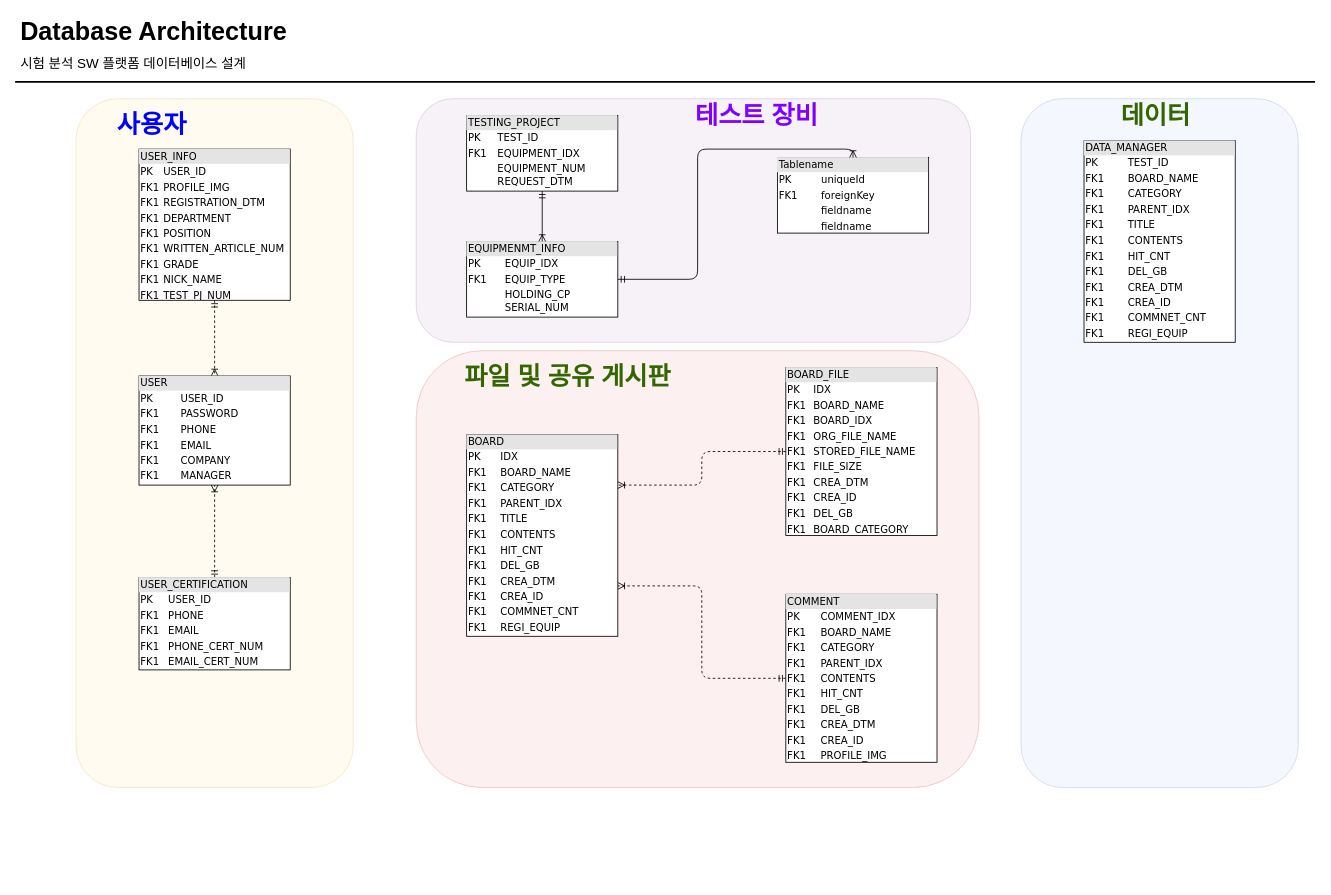
Before: DB_architecture.drawio in penzance-jshan/test, a draw.io diagram. Source tidied: cells renumbered, new cells numbered last; positions are measured from the earlier drawing's top-left corner, leaving out a move shared by most shapes. Both pictures are drawn from the tidied source at 84%, with x=0, y=0 at pixel (14, 14).
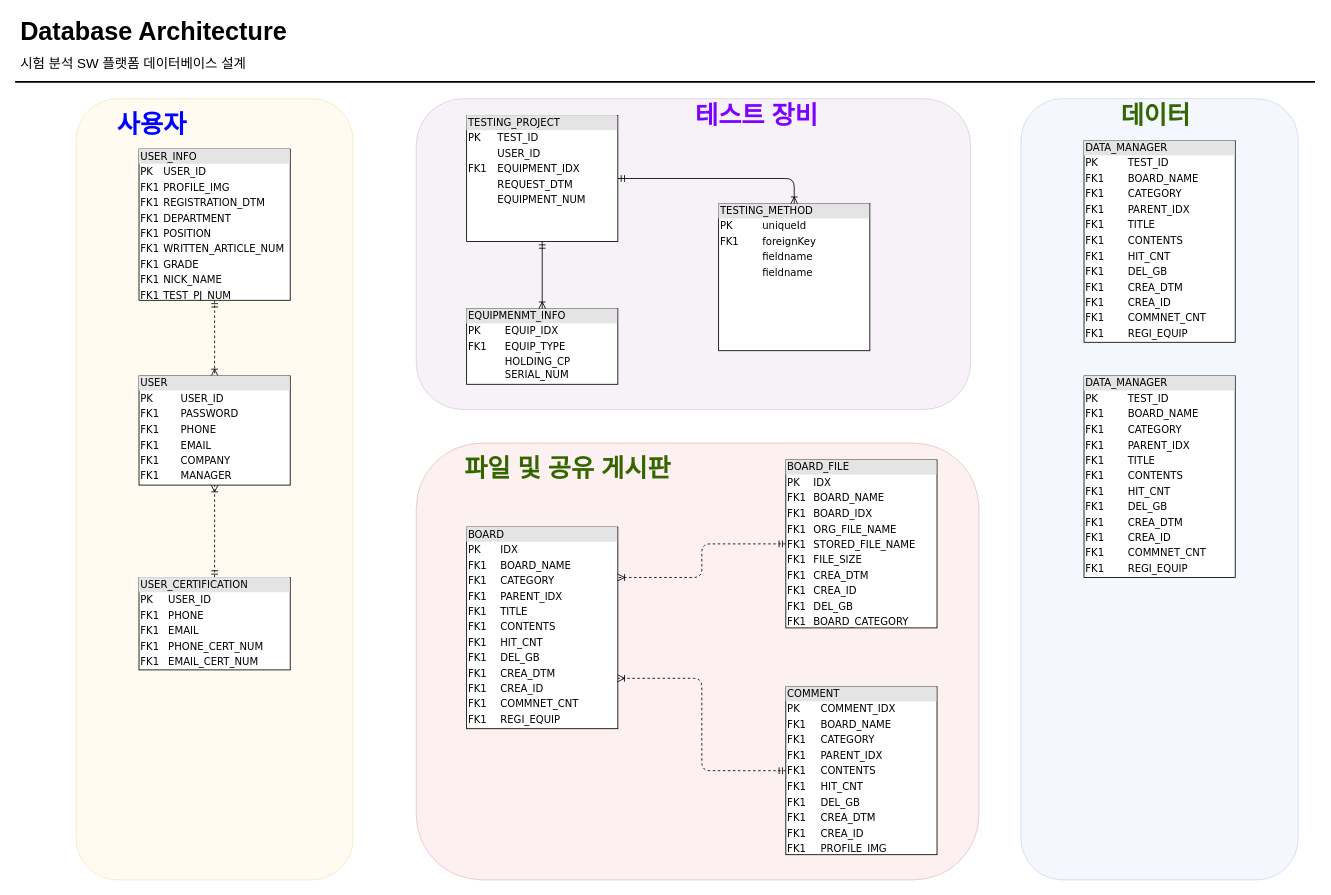
Above is the later version.

What changed in the source:
```diff
@@
     <mxCell id="2" style="rounded=1;whiteSpace=wrap;html=1;fillColor=#e1d5e7;strokeColor=#9673a6;opacity=30;" parent="1" vertex="1">
-      <mxGeometry x="478" y="100" width="660" height="290" as="geometry" />
+      <mxGeometry x="478" y="100" width="660" height="370" as="geometry" />
     </mxCell>
     <mxCell id="3" style="rounded=1;whiteSpace=wrap;html=1;fillColor=#f8cecc;strokeColor=#b85450;opacity=30;" parent="1" vertex="1">
-      <mxGeometry x="478" y="400" width="670" height="520" as="geometry" />
+      <mxGeometry x="478" y="510" width="670" height="520" as="geometry" />
     </mxCell>
     <mxCell id="4" style="rounded=1;whiteSpace=wrap;html=1;fillColor=#fff2cc;strokeColor=#d6b656;opacity=30;" parent="1" vertex="1">
-      <mxGeometry x="73" y="100" width="330" height="820" as="geometry" />
+      <mxGeometry x="73" y="100" width="330" height="930" as="geometry" />
     </mxCell>
-    <mxCell id="5" value="&lt;div style=&quot;box-sizing: border-box ; width: 100% ; background: #e4e4e4 ; padding: 2px&quot;&gt;TESTING_PROJECT&lt;/div&gt;&lt;table style=&quot;width: 100% ; font-size: 1em&quot; cellpadding=&quot;2&quot; cellspacing=&quot;0&quot;&gt;&lt;tbody&gt;&lt;tr&gt;&lt;td&gt;PK&lt;/td&gt;&lt;td&gt;TEST_ID&lt;/td&gt;&lt;/tr&gt;&lt;tr&gt;&lt;td&gt;FK1&lt;/td&gt;&lt;td&gt;EQUIPMENT_IDX&lt;/td&gt;&lt;/tr&gt;&lt;tr&gt;&lt;td&gt;&lt;/td&gt;&lt;td&gt;EQUIPMENT_NUM&lt;br&gt;REQUEST_DTM&lt;br&gt;&lt;/td&gt;&lt;/tr&gt;&lt;/tbody&gt;&lt;/table&gt;" style="verticalAlign=top;align=left;overflow=fill;html=1;rounded=0;shadow=0;comic=0;labelBackgroundColor=none;strokeWidth=1;fontFamily=Verdana;fontSize=12;" parent="1" vertex="1">
-      <mxGeometry x="538" y="120" width="180" height="90" as="geometry" />
+    <mxCell id="5" value="&lt;div style=&quot;box-sizing: border-box ; width: 100% ; background: #e4e4e4 ; padding: 2px&quot;&gt;TESTING_PROJECT&lt;/div&gt;&lt;table style=&quot;width: 100% ; font-size: 1em&quot; cellpadding=&quot;2&quot; cellspacing=&quot;0&quot;&gt;&lt;tbody&gt;&lt;tr&gt;&lt;td&gt;PK&lt;/td&gt;&lt;td&gt;TEST_ID&lt;/td&gt;&lt;/tr&gt;&lt;tr&gt;&lt;td&gt;&lt;br&gt;&lt;/td&gt;&lt;td&gt;USER_ID&lt;/td&gt;&lt;/tr&gt;&lt;tr&gt;&lt;td&gt;FK1&lt;/td&gt;&lt;td&gt;EQUIPMENT_IDX&lt;/td&gt;&lt;/tr&gt;&lt;tr&gt;&lt;td&gt;&lt;br&gt;&lt;/td&gt;&lt;td&gt;REQUEST_DTM&lt;br&gt;&lt;/td&gt;&lt;/tr&gt;&lt;tr&gt;&lt;td&gt;&lt;/td&gt;&lt;td&gt;EQUIPMENT_NUM&lt;br&gt;&lt;br&gt;&lt;/td&gt;&lt;/tr&gt;&lt;/tbody&gt;&lt;/table&gt;" style="verticalAlign=top;align=left;overflow=fill;html=1;rounded=0;shadow=0;comic=0;labelBackgroundColor=none;strokeWidth=1;fontFamily=Verdana;fontSize=12;" parent="1" vertex="1">
+      <mxGeometry x="538" y="120" width="180" height="150" as="geometry" />
     </mxCell>
@@
-    <mxCell id="9" value="&lt;div style=&quot;box-sizing: border-box ; width: 100% ; background: #e4e4e4 ; padding: 2px&quot;&gt;Tablename&lt;/div&gt;&lt;table style=&quot;width: 100% ; font-size: 1em&quot; cellpadding=&quot;2&quot; cellspacing=&quot;0&quot;&gt;&lt;tbody&gt;&lt;tr&gt;&lt;td&gt;PK&lt;/td&gt;&lt;td&gt;uniqueId&lt;/td&gt;&lt;/tr&gt;&lt;tr&gt;&lt;td&gt;FK1&lt;/td&gt;&lt;td&gt;foreignKey&lt;/td&gt;&lt;/tr&gt;&lt;tr&gt;&lt;td&gt;&lt;/td&gt;&lt;td&gt;fieldname&lt;/td&gt;&lt;/tr&gt;&lt;tr&gt;&lt;td&gt;&lt;br&gt;&lt;/td&gt;&lt;td&gt;fieldname&lt;br&gt;&lt;/td&gt;&lt;/tr&gt;&lt;/tbody&gt;&lt;/table&gt;" style="verticalAlign=top;align=left;overflow=fill;html=1;rounded=0;shadow=0;comic=0;labelBackgroundColor=none;strokeWidth=1;fontFamily=Verdana;fontSize=12;" parent="1" vertex="1">
-      <mxGeometry x="908" y="170" width="180" height="90" as="geometry" />
+    <mxCell id="9" value="&lt;div style=&quot;box-sizing: border-box ; width: 100% ; background: #e4e4e4 ; padding: 2px&quot;&gt;TESTING_METHOD&lt;/div&gt;&lt;table style=&quot;width: 100% ; font-size: 1em&quot; cellpadding=&quot;2&quot; cellspacing=&quot;0&quot;&gt;&lt;tbody&gt;&lt;tr&gt;&lt;td&gt;PK&lt;/td&gt;&lt;td&gt;uniqueId&lt;/td&gt;&lt;/tr&gt;&lt;tr&gt;&lt;td&gt;FK1&lt;/td&gt;&lt;td&gt;foreignKey&lt;/td&gt;&lt;/tr&gt;&lt;tr&gt;&lt;td&gt;&lt;/td&gt;&lt;td&gt;fieldname&lt;/td&gt;&lt;/tr&gt;&lt;tr&gt;&lt;td&gt;&lt;br&gt;&lt;/td&gt;&lt;td&gt;fieldname&lt;br&gt;&lt;/td&gt;&lt;/tr&gt;&lt;/tbody&gt;&lt;/table&gt;" style="verticalAlign=top;align=left;overflow=fill;html=1;rounded=0;shadow=0;comic=0;labelBackgroundColor=none;strokeWidth=1;fontFamily=Verdana;fontSize=12;" parent="1" vertex="1">
+      <mxGeometry x="838" y="225" width="180" height="175" as="geometry" />
     </mxCell>
-    <mxCell id="10" style="edgeStyle=orthogonalEdgeStyle;html=1;entryX=0.5;entryY=0;labelBackgroundColor=none;startArrow=ERmandOne;endArrow=ERoneToMany;fontFamily=Verdana;fontSize=12;align=left;" parent="1" edge="1" source="11" target="9">
+    <mxCell id="10" style="edgeStyle=orthogonalEdgeStyle;html=1;entryX=0.5;entryY=0;labelBackgroundColor=none;startArrow=ERmandOne;endArrow=ERoneToMany;fontFamily=Verdana;fontSize=12;align=left;exitX=1;exitY=0.5;exitDx=0;exitDy=0;" parent="1" edge="1" source="5" target="9">
       <mxGeometry relative="1" as="geometry" />
     </mxCell>
     <mxCell id="11" value="&lt;div style=&quot;box-sizing: border-box ; width: 100% ; background: #e4e4e4 ; padding: 2px&quot;&gt;EQUIPMENMT_INFO&lt;/div&gt;&lt;table style=&quot;width: 100% ; font-size: 1em&quot; cellpadding=&quot;2&quot; cellspacing=&quot;0&quot;&gt;&lt;tbody&gt;&lt;tr&gt;&lt;td&gt;PK&lt;/td&gt;&lt;td&gt;EQUIP_IDX&lt;/td&gt;&lt;/tr&gt;&lt;tr&gt;&lt;td&gt;FK1&lt;/td&gt;&lt;td&gt;EQUIP_TYPE&lt;/td&gt;&lt;/tr&gt;&lt;tr&gt;&lt;td&gt;&lt;/td&gt;&lt;td&gt;HOLDING_CP&lt;br&gt;SERIAL_NUM&lt;/td&gt;&lt;/tr&gt;&lt;/tbody&gt;&lt;/table&gt;" style="verticalAlign=top;align=left;overflow=fill;html=1;rounded=0;shadow=0;comic=0;labelBackgroundColor=none;strokeWidth=1;fontFamily=Verdana;fontSize=12;" parent="1" vertex="1">
-      <mxGeometry x="538" y="270" width="180" height="90" as="geometry" />
+      <mxGeometry x="538" y="350" width="180" height="90" as="geometry" />
     </mxCell>
@@
     <mxCell id="13" value="&lt;div style=&quot;box-sizing: border-box ; width: 100% ; background: #e4e4e4 ; padding: 2px&quot;&gt;BOARD&lt;/div&gt;&lt;table style=&quot;width: 100% ; font-size: 1em&quot; cellpadding=&quot;2&quot; cellspacing=&quot;0&quot;&gt;&lt;tbody&gt;&lt;tr&gt;&lt;td&gt;PK&lt;/td&gt;&lt;td&gt;IDX&lt;/td&gt;&lt;/tr&gt;&lt;tr&gt;&lt;td&gt;FK1&lt;/td&gt;&lt;td&gt;BOARD_NAME&lt;/td&gt;&lt;/tr&gt;&lt;tr&gt;&lt;td&gt;FK1&lt;/td&gt;&lt;td&gt;CATEGORY&lt;/td&gt;&lt;/tr&gt;&lt;tr&gt;&lt;td&gt;FK1&lt;br&gt;&lt;/td&gt;&lt;td&gt;PARENT_IDX&lt;br&gt;&lt;/td&gt;&lt;/tr&gt;&lt;tr&gt;&lt;td&gt;FK1&lt;br&gt;&lt;/td&gt;&lt;td&gt;TITLE&lt;br&gt;&lt;/td&gt;&lt;/tr&gt;&lt;tr&gt;&lt;td&gt;FK1&lt;br&gt;&lt;/td&gt;&lt;td&gt;CONTENTS&lt;br&gt;&lt;/td&gt;&lt;/tr&gt;&lt;tr&gt;&lt;td&gt;FK1&lt;br&gt;&lt;/td&gt;&lt;td&gt;HIT_CNT&lt;br&gt;&lt;/td&gt;&lt;/tr&gt;&lt;tr&gt;&lt;td&gt;FK1&lt;br&gt;&lt;/td&gt;&lt;td&gt;DEL_GB&lt;/td&gt;&lt;/tr&gt;&lt;tr&gt;&lt;td&gt;FK1&lt;br&gt;&lt;/td&gt;&lt;td&gt;CREA_DTM&lt;br&gt;&lt;/td&gt;&lt;/tr&gt;&lt;tr&gt;&lt;td&gt;FK1&lt;br&gt;&lt;/td&gt;&lt;td&gt;CREA_ID&lt;br&gt;&lt;/td&gt;&lt;/tr&gt;&lt;tr&gt;&lt;td&gt;FK1&lt;br&gt;&lt;/td&gt;&lt;td&gt;COMMNET_CNT&lt;br&gt;&lt;/td&gt;&lt;/tr&gt;&lt;tr&gt;&lt;td&gt;FK1&lt;br&gt;&lt;/td&gt;&lt;td&gt;REGI_EQUIP&lt;br&gt;&lt;/td&gt;&lt;/tr&gt;&lt;/tbody&gt;&lt;/table&gt;" style="verticalAlign=top;align=left;overflow=fill;html=1;rounded=0;shadow=0;comic=0;labelBackgroundColor=none;strokeWidth=1;fontFamily=Verdana;fontSize=12;" parent="1" vertex="1">
-      <mxGeometry x="538" y="500" width="180" height="240" as="geometry" />
+      <mxGeometry x="538" y="610" width="180" height="240" as="geometry" />
     </mxCell>
@@
     <mxCell id="19" value="&lt;div style=&quot;box-sizing: border-box ; width: 100% ; background: #e4e4e4 ; padding: 2px&quot;&gt;BOARD_FILE&lt;/div&gt;&lt;table style=&quot;width: 100% ; font-size: 1em&quot; cellpadding=&quot;2&quot; cellspacing=&quot;0&quot;&gt;&lt;tbody&gt;&lt;tr&gt;&lt;td&gt;PK&lt;/td&gt;&lt;td&gt;IDX&lt;/td&gt;&lt;/tr&gt;&lt;tr&gt;&lt;td&gt;FK1&lt;/td&gt;&lt;td&gt;BOARD_NAME&lt;/td&gt;&lt;/tr&gt;&lt;tr&gt;&lt;td&gt;FK1&lt;/td&gt;&lt;td&gt;BOARD_IDX&lt;/td&gt;&lt;/tr&gt;&lt;tr&gt;&lt;td&gt;FK1&lt;br&gt;&lt;/td&gt;&lt;td&gt;ORG_FILE_NAME&lt;br&gt;&lt;/td&gt;&lt;/tr&gt;&lt;tr&gt;&lt;td&gt;FK1&lt;br&gt;&lt;/td&gt;&lt;td&gt;STORED_FILE_NAME&lt;br&gt;&lt;/td&gt;&lt;/tr&gt;&lt;tr&gt;&lt;td&gt;FK1&lt;br&gt;&lt;/td&gt;&lt;td&gt;FILE_SIZE&lt;br&gt;&lt;/td&gt;&lt;/tr&gt;&lt;tr&gt;&lt;td&gt;FK1&lt;br&gt;&lt;/td&gt;&lt;td&gt;CREA_DTM&lt;br&gt;&lt;/td&gt;&lt;/tr&gt;&lt;tr&gt;&lt;td&gt;FK1&lt;br&gt;&lt;/td&gt;&lt;td&gt;CREA_ID&lt;/td&gt;&lt;/tr&gt;&lt;tr&gt;&lt;td&gt;FK1&lt;br&gt;&lt;/td&gt;&lt;td&gt;DEL_GB&lt;br&gt;&lt;/td&gt;&lt;/tr&gt;&lt;tr&gt;&lt;td&gt;FK1&lt;br&gt;&lt;/td&gt;&lt;td&gt;BOARD_CATEGORY&lt;/td&gt;&lt;/tr&gt;&lt;/tbody&gt;&lt;/table&gt;" style="verticalAlign=top;align=left;overflow=fill;html=1;rounded=0;shadow=0;comic=0;labelBackgroundColor=none;strokeWidth=1;fontFamily=Verdana;fontSize=12;" parent="1" vertex="1">
-      <mxGeometry x="918" y="420" width="180" height="200" as="geometry" />
+      <mxGeometry x="918" y="530" width="180" height="200" as="geometry" />
     </mxCell>
     <mxCell id="20" value="&lt;div style=&quot;box-sizing: border-box ; width: 100% ; background: #e4e4e4 ; padding: 2px&quot;&gt;COMMENT&lt;/div&gt;&lt;table style=&quot;width: 100% ; font-size: 1em&quot; cellpadding=&quot;2&quot; cellspacing=&quot;0&quot;&gt;&lt;tbody&gt;&lt;tr&gt;&lt;td&gt;PK&lt;/td&gt;&lt;td&gt;COMMENT_IDX&lt;/td&gt;&lt;/tr&gt;&lt;tr&gt;&lt;td&gt;FK1&lt;/td&gt;&lt;td&gt;BOARD_NAME&lt;/td&gt;&lt;/tr&gt;&lt;tr&gt;&lt;td&gt;FK1&lt;/td&gt;&lt;td&gt;CATEGORY&lt;/td&gt;&lt;/tr&gt;&lt;tr&gt;&lt;td&gt;FK1&lt;br&gt;&lt;/td&gt;&lt;td&gt;PARENT_IDX&lt;br&gt;&lt;/td&gt;&lt;/tr&gt;&lt;tr&gt;&lt;td&gt;FK1&lt;br&gt;&lt;/td&gt;&lt;td&gt;CONTENTS&lt;/td&gt;&lt;/tr&gt;&lt;tr&gt;&lt;td&gt;FK1&lt;br&gt;&lt;/td&gt;&lt;td&gt;HIT_CNT&lt;br&gt;&lt;/td&gt;&lt;/tr&gt;&lt;tr&gt;&lt;td&gt;FK1&lt;br&gt;&lt;/td&gt;&lt;td&gt;DEL_GB&lt;br&gt;&lt;/td&gt;&lt;/tr&gt;&lt;tr&gt;&lt;td&gt;FK1&lt;br&gt;&lt;/td&gt;&lt;td&gt;CREA_DTM&lt;/td&gt;&lt;/tr&gt;&lt;tr&gt;&lt;td&gt;FK1&lt;br&gt;&lt;/td&gt;&lt;td&gt;CREA_ID&lt;br&gt;&lt;/td&gt;&lt;/tr&gt;&lt;tr&gt;&lt;td&gt;FK1&lt;br&gt;&lt;/td&gt;&lt;td&gt;PROFILE_IMG&lt;/td&gt;&lt;/tr&gt;&lt;/tbody&gt;&lt;/table&gt;" style="verticalAlign=top;align=left;overflow=fill;html=1;rounded=0;shadow=0;comic=0;labelBackgroundColor=none;strokeWidth=1;fontFamily=Verdana;fontSize=12;" parent="1" vertex="1">
-      <mxGeometry x="918" y="690" width="180" height="200" as="geometry" />
+      <mxGeometry x="918" y="800" width="180" height="200" as="geometry" />
     </mxCell>
@@
     <mxCell id="25" value="파일 및 공유 게시판" style="text;html=1;align=center;verticalAlign=top;spacingTop=-4;fontSize=30;fontStyle=1;fontColor=#336600;" parent="1" vertex="1">
-      <mxGeometry x="518" y="410" width="280" height="40" as="geometry" />
+      <mxGeometry x="518" y="520" width="280" height="40" as="geometry" />
     </mxCell>
     <mxCell id="26" style="rounded=1;whiteSpace=wrap;html=1;fillColor=#dae8fc;strokeColor=#6c8ebf;opacity=30;" parent="1" vertex="1">
-      <mxGeometry x="1198" y="100" width="330" height="820" as="geometry" />
+      <mxGeometry x="1198" y="100" width="330" height="930" as="geometry" />
     </mxCell>
@@
+    <mxCell id="29" value="&lt;div style=&quot;box-sizing: border-box ; width: 100% ; background: #e4e4e4 ; padding: 2px&quot;&gt;DATA_MANAGER&lt;/div&gt;&lt;table style=&quot;width: 100% ; font-size: 1em&quot; cellpadding=&quot;2&quot; cellspacing=&quot;0&quot;&gt;&lt;tbody&gt;&lt;tr&gt;&lt;td&gt;PK&lt;/td&gt;&lt;td&gt;&lt;br&gt;&lt;/td&gt;&lt;td&gt;&lt;br&gt;&lt;/td&gt;&lt;td&gt;&lt;br&gt;&lt;/td&gt;&lt;td&gt;&lt;br&gt;&lt;/td&gt;&lt;td&gt;&lt;br&gt;&lt;/td&gt;&lt;td&gt;&lt;br&gt;&lt;/td&gt;&lt;td&gt;TEST_ID&lt;/td&gt;&lt;td&gt;&lt;br&gt;&lt;/td&gt;&lt;td&gt;&lt;br&gt;&lt;/td&gt;&lt;td&gt;&lt;br&gt;&lt;/td&gt;&lt;td&gt;&lt;br&gt;&lt;/td&gt;&lt;td&gt;&lt;br&gt;&lt;/td&gt;&lt;td&gt;&lt;br&gt;&lt;/td&gt;&lt;td&gt;&lt;br&gt;&lt;/td&gt;&lt;td&gt;&lt;br&gt;&lt;/td&gt;&lt;/tr&gt;&lt;tr&gt;&lt;td&gt;FK1&lt;/td&gt;&lt;td&gt;&lt;br&gt;&lt;/td&gt;&lt;td&gt;&lt;br&gt;&lt;/td&gt;&lt;td&gt;&lt;br&gt;&lt;/td&gt;&lt;td&gt;&lt;br&gt;&lt;/td&gt;&lt;td&gt;&lt;br&gt;&lt;/td&gt;&lt;td&gt;&lt;br&gt;&lt;/td&gt;&lt;td&gt;BOARD_NAME&lt;/td&gt;&lt;td&gt;&lt;/td&gt;&lt;td&gt;&lt;/td&gt;&lt;td&gt;&lt;/td&gt;&lt;td&gt;&lt;/td&gt;&lt;td&gt;&lt;/td&gt;&lt;td&gt;&lt;/td&gt;&lt;td&gt;&lt;/td&gt;&lt;td&gt;&lt;br&gt;&lt;/td&gt;&lt;/tr&gt;&lt;tr&gt;&lt;td&gt;FK1&lt;/td&gt;&lt;td&gt;&lt;br&gt;&lt;/td&gt;&lt;td&gt;&lt;br&gt;&lt;/td&gt;&lt;td&gt;&lt;br&gt;&lt;/td&gt;&lt;td&gt;&lt;br&gt;&lt;/td&gt;&lt;td&gt;&lt;br&gt;&lt;/td&gt;&lt;td&gt;&lt;br&gt;&lt;/td&gt;&lt;td&gt;CATEGORY&lt;/td&gt;&lt;td&gt;&lt;br&gt;&lt;/td&gt;&lt;td&gt;&lt;br&gt;&lt;/td&gt;&lt;td&gt;&lt;br&gt;&lt;/td&gt;&lt;td&gt;&lt;br&gt;&lt;/td&gt;&lt;td&gt;&lt;br&gt;&lt;/td&gt;&lt;td&gt;&lt;br&gt;&lt;/td&gt;&lt;td&gt;&lt;br&gt;&lt;/td&gt;&lt;td&gt;&lt;br&gt;&lt;/td&gt;&lt;/tr&gt;&lt;tr&gt;&lt;td&gt;FK1&lt;br&gt;&lt;/td&gt;&lt;td&gt;&lt;br&gt;&lt;/td&gt;&lt;td&gt;&lt;br&gt;&lt;/td&gt;&lt;td&gt;&lt;br&gt;&lt;/td&gt;&lt;td&gt;&lt;br&gt;&lt;/td&gt;&lt;td&gt;&lt;br&gt;&lt;/td&gt;&lt;td&gt;&lt;br&gt;&lt;/td&gt;&lt;td&gt;PARENT_IDX&lt;br&gt;&lt;/td&gt;&lt;td&gt;&lt;br&gt;&lt;/td&gt;&lt;td&gt;&lt;br&gt;&lt;/td&gt;&lt;td&gt;&lt;br&gt;&lt;/td&gt;&lt;td&gt;&lt;br&gt;&lt;/td&gt;&lt;td&gt;&lt;br&gt;&lt;/td&gt;&lt;td&gt;&lt;br&gt;&lt;/td&gt;&lt;td&gt;&lt;br&gt;&lt;/td&gt;&lt;td&gt;&lt;br&gt;&lt;/td&gt;&lt;/tr&gt;&lt;tr&gt;&lt;td&gt;FK1&lt;br&gt;&lt;/td&gt;&lt;td&gt;&lt;br&gt;&lt;/td&gt;&lt;td&gt;&lt;br&gt;&lt;/td&gt;&lt;td&gt;&lt;br&gt;&lt;/td&gt;&lt;td&gt;&lt;br&gt;&lt;/td&gt;&lt;td&gt;&lt;br&gt;&lt;/td&gt;&lt;td&gt;&lt;br&gt;&lt;/td&gt;&lt;td&gt;TITLE&lt;br&gt;&lt;/td&gt;&lt;td&gt;&lt;br&gt;&lt;/td&gt;&lt;td&gt;&lt;br&gt;&lt;/td&gt;&lt;td&gt;&lt;br&gt;&lt;/td&gt;&lt;td&gt;&lt;br&gt;&lt;/td&gt;&lt;td&gt;&lt;br&gt;&lt;/td&gt;&lt;td&gt;&lt;br&gt;&lt;/td&gt;&lt;td&gt;&lt;br&gt;&lt;/td&gt;&lt;td&gt;&lt;br&gt;&lt;/td&gt;&lt;/tr&gt;&lt;tr&gt;&lt;td&gt;FK1&lt;br&gt;&lt;/td&gt;&lt;td&gt;&lt;br&gt;&lt;/td&gt;&lt;td&gt;&lt;br&gt;&lt;/td&gt;&lt;td&gt;&lt;br&gt;&lt;/td&gt;&lt;td&gt;&lt;br&gt;&lt;/td&gt;&lt;td&gt;&lt;br&gt;&lt;/td&gt;&lt;td&gt;&lt;br&gt;&lt;/td&gt;&lt;td&gt;CONTENTS&lt;br&gt;&lt;/td&gt;&lt;td&gt;&lt;br&gt;&lt;/td&gt;&lt;td&gt;&lt;br&gt;&lt;/td&gt;&lt;td&gt;&lt;br&gt;&lt;/td&gt;&lt;td&gt;&lt;br&gt;&lt;/td&gt;&lt;td&gt;&lt;br&gt;&lt;/td&gt;&lt;td&gt;&lt;br&gt;&lt;/td&gt;&lt;td&gt;&lt;br&gt;&lt;/td&gt;&lt;td&gt;&lt;br&gt;&lt;/td&gt;&lt;/tr&gt;&lt;tr&gt;&lt;td&gt;FK1&lt;br&gt;&lt;/td&gt;&lt;td&gt;&lt;br&gt;&lt;/td&gt;&lt;td&gt;&lt;br&gt;&lt;/td&gt;&lt;td&gt;&lt;br&gt;&lt;/td&gt;&lt;td&gt;&lt;br&gt;&lt;/td&gt;&lt;td&gt;&lt;br&gt;&lt;/td&gt;&lt;td&gt;&lt;br&gt;&lt;/td&gt;&lt;td&gt;HIT_CNT&lt;br&gt;&lt;/td&gt;&lt;td&gt;&lt;br&gt;&lt;/td&gt;&lt;td&gt;&lt;br&gt;&lt;/td&gt;&lt;td&gt;&lt;br&gt;&lt;/td&gt;&lt;td&gt;&lt;br&gt;&lt;/td&gt;&lt;td&gt;&lt;br&gt;&lt;/td&gt;&lt;td&gt;&lt;br&gt;&lt;/td&gt;&lt;td&gt;&lt;br&gt;&lt;/td&gt;&lt;td&gt;&lt;br&gt;&lt;/td&gt;&lt;/tr&gt;&lt;tr&gt;&lt;td&gt;FK1&lt;br&gt;&lt;/td&gt;&lt;td&gt;&lt;br&gt;&lt;/td&gt;&lt;td&gt;&lt;br&gt;&lt;/td&gt;&lt;td&gt;&lt;br&gt;&lt;/td&gt;&lt;td&gt;&lt;br&gt;&lt;/td&gt;&lt;td&gt;&lt;br&gt;&lt;/td&gt;&lt;td&gt;&lt;br&gt;&lt;/td&gt;&lt;td&gt;DEL_GB&lt;/td&gt;&lt;td&gt;&lt;br&gt;&lt;/td&gt;&lt;td&gt;&lt;br&gt;&lt;/td&gt;&lt;td&gt;&lt;br&gt;&lt;/td&gt;&lt;td&gt;&lt;br&gt;&lt;/td&gt;&lt;td&gt;&lt;br&gt;&lt;/td&gt;&lt;td&gt;&lt;br&gt;&lt;/td&gt;&lt;td&gt;&lt;br&gt;&lt;/td&gt;&lt;td&gt;&lt;br&gt;&lt;/td&gt;&lt;/tr&gt;&lt;tr&gt;&lt;td&gt;FK1&lt;br&gt;&lt;/td&gt;&lt;td&gt;&lt;br&gt;&lt;/td&gt;&lt;td&gt;&lt;br&gt;&lt;/td&gt;&lt;td&gt;&lt;br&gt;&lt;/td&gt;&lt;td&gt;&lt;br&gt;&lt;/td&gt;&lt;td&gt;&lt;br&gt;&lt;/td&gt;&lt;td&gt;&lt;br&gt;&lt;/td&gt;&lt;td&gt;CREA_DTM&lt;br&gt;&lt;/td&gt;&lt;td&gt;&lt;br&gt;&lt;/td&gt;&lt;td&gt;&lt;br&gt;&lt;/td&gt;&lt;td&gt;&lt;br&gt;&lt;/td&gt;&lt;td&gt;&lt;br&gt;&lt;/td&gt;&lt;td&gt;&lt;br&gt;&lt;/td&gt;&lt;td&gt;&lt;br&gt;&lt;/td&gt;&lt;td&gt;&lt;br&gt;&lt;/td&gt;&lt;td&gt;&lt;br&gt;&lt;/td&gt;&lt;/tr&gt;&lt;tr&gt;&lt;td&gt;FK1&lt;br&gt;&lt;/td&gt;&lt;td&gt;&lt;br&gt;&lt;/td&gt;&lt;td&gt;&lt;br&gt;&lt;/td&gt;&lt;td&gt;&lt;br&gt;&lt;/td&gt;&lt;td&gt;&lt;br&gt;&lt;/td&gt;&lt;td&gt;&lt;br&gt;&lt;/td&gt;&lt;td&gt;&lt;br&gt;&lt;/td&gt;&lt;td&gt;CREA_ID&lt;br&gt;&lt;/td&gt;&lt;td&gt;&lt;br&gt;&lt;/td&gt;&lt;td&gt;&lt;br&gt;&lt;/td&gt;&lt;td&gt;&lt;br&gt;&lt;/td&gt;&lt;td&gt;&lt;br&gt;&lt;/td&gt;&lt;td&gt;&lt;br&gt;&lt;/td&gt;&lt;td&gt;&lt;br&gt;&lt;/td&gt;&lt;td&gt;&lt;br&gt;&lt;/td&gt;&lt;td&gt;&lt;br&gt;&lt;/td&gt;&lt;/tr&gt;&lt;tr&gt;&lt;td&gt;FK1&lt;br&gt;&lt;/td&gt;&lt;td&gt;&lt;br&gt;&lt;/td&gt;&lt;td&gt;&lt;br&gt;&lt;/td&gt;&lt;td&gt;&lt;br&gt;&lt;/td&gt;&lt;td&gt;&lt;br&gt;&lt;/td&gt;&lt;td&gt;&lt;br&gt;&lt;/td&gt;&lt;td&gt;&lt;br&gt;&lt;/td&gt;&lt;td&gt;COMMNET_CNT&lt;br&gt;&lt;/td&gt;&lt;td&gt;&lt;br&gt;&lt;/td&gt;&lt;td&gt;&lt;br&gt;&lt;/td&gt;&lt;td&gt;&lt;br&gt;&lt;/td&gt;&lt;td&gt;&lt;br&gt;&lt;/td&gt;&lt;td&gt;&lt;br&gt;&lt;/td&gt;&lt;td&gt;&lt;br&gt;&lt;/td&gt;&lt;td&gt;&lt;br&gt;&lt;/td&gt;&lt;td&gt;&lt;br&gt;&lt;/td&gt;&lt;/tr&gt;&lt;tr&gt;&lt;td&gt;FK1&lt;br&gt;&lt;/td&gt;&lt;td&gt;&lt;br&gt;&lt;/td&gt;&lt;td&gt;&lt;br&gt;&lt;/td&gt;&lt;td&gt;&lt;br&gt;&lt;/td&gt;&lt;td&gt;&lt;br&gt;&lt;/td&gt;&lt;td&gt;&lt;br&gt;&lt;/td&gt;&lt;td&gt;&lt;br&gt;&lt;/td&gt;&lt;td&gt;REGI_EQUIP&lt;br&gt;&lt;/td&gt;&lt;td&gt;&lt;br&gt;&lt;/td&gt;&lt;td&gt;&lt;br&gt;&lt;/td&gt;&lt;td&gt;&lt;br&gt;&lt;/td&gt;&lt;td&gt;&lt;br&gt;&lt;/td&gt;&lt;td&gt;&lt;br&gt;&lt;/td&gt;&lt;td&gt;&lt;br&gt;&lt;/td&gt;&lt;td&gt;&lt;br&gt;&lt;/td&gt;&lt;td&gt;&lt;br&gt;&lt;/td&gt;&lt;/tr&gt;&lt;/tbody&gt;&lt;/table&gt;" style="verticalAlign=top;align=left;overflow=fill;html=1;rounded=0;shadow=0;comic=0;labelBackgroundColor=none;strokeWidth=1;fontFamily=Verdana;fontSize=12;" parent="1" vertex="1">
+      <mxGeometry x="1273" y="430" width="180" height="240" as="geometry" />
+    </mxCell>
```
